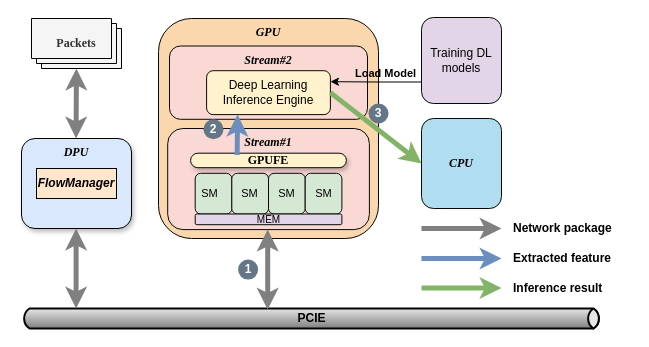
The draw.io diagram GPUpipe.drawio in CHRIS123540/GPU, before the edit. Source tidied: cells renumbered, new cells numbered last; positions are measured from the earlier drawing's top-left corner, leaving out a move shared by most shapes. Both pictures are drawn from the tidied source at 100%, with x=0, y=0 at pixel (21, 17).
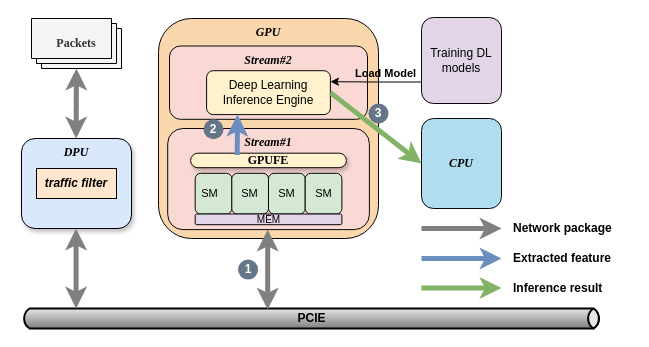
After the change.

The change refers to these unchanged cells:
```xml
<mxCell id="2" style="group;" parent="1" vertex="1">
  <mxGeometry width="610" height="311" as="geometry" />
</mxCell>
```

The edit, as a diff of the source:
```diff
@@
-    <mxCell id="15" value="FlowManager" style="rounded=0;whiteSpace=wrap;html=1;fillColor=#ffe6cc;strokeColor=#000000;fontSize=12;fontStyle=3;" parent="2" vertex="1">
+    <mxCell id="15" value="traffic filter" style="rounded=0;whiteSpace=wrap;html=1;fillColor=#ffe6cc;strokeColor=#000000;fontSize=12;fontStyle=3;" parent="2" vertex="1">
       <mxGeometry x="15" y="151" width="80" height="30" as="geometry" />
     </mxCell>
```
